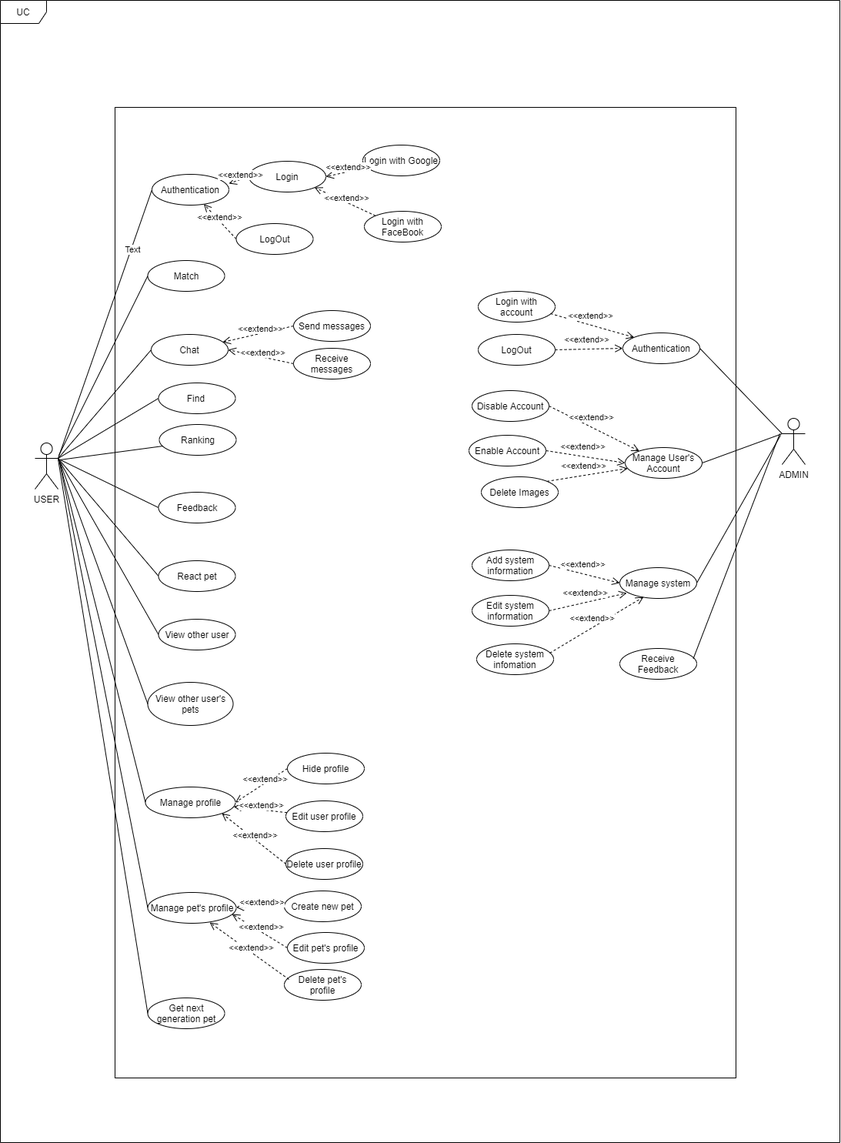
Before: Document/Diagrams/Untitled Diagram-Use case.png, a diagram exported from draw.io (fevirtus/KLTN). Source tidied: cells renumbered, new cells last; positions are measured from the earlier drawing's top-left corner, leaving out a move shared by most shapes.
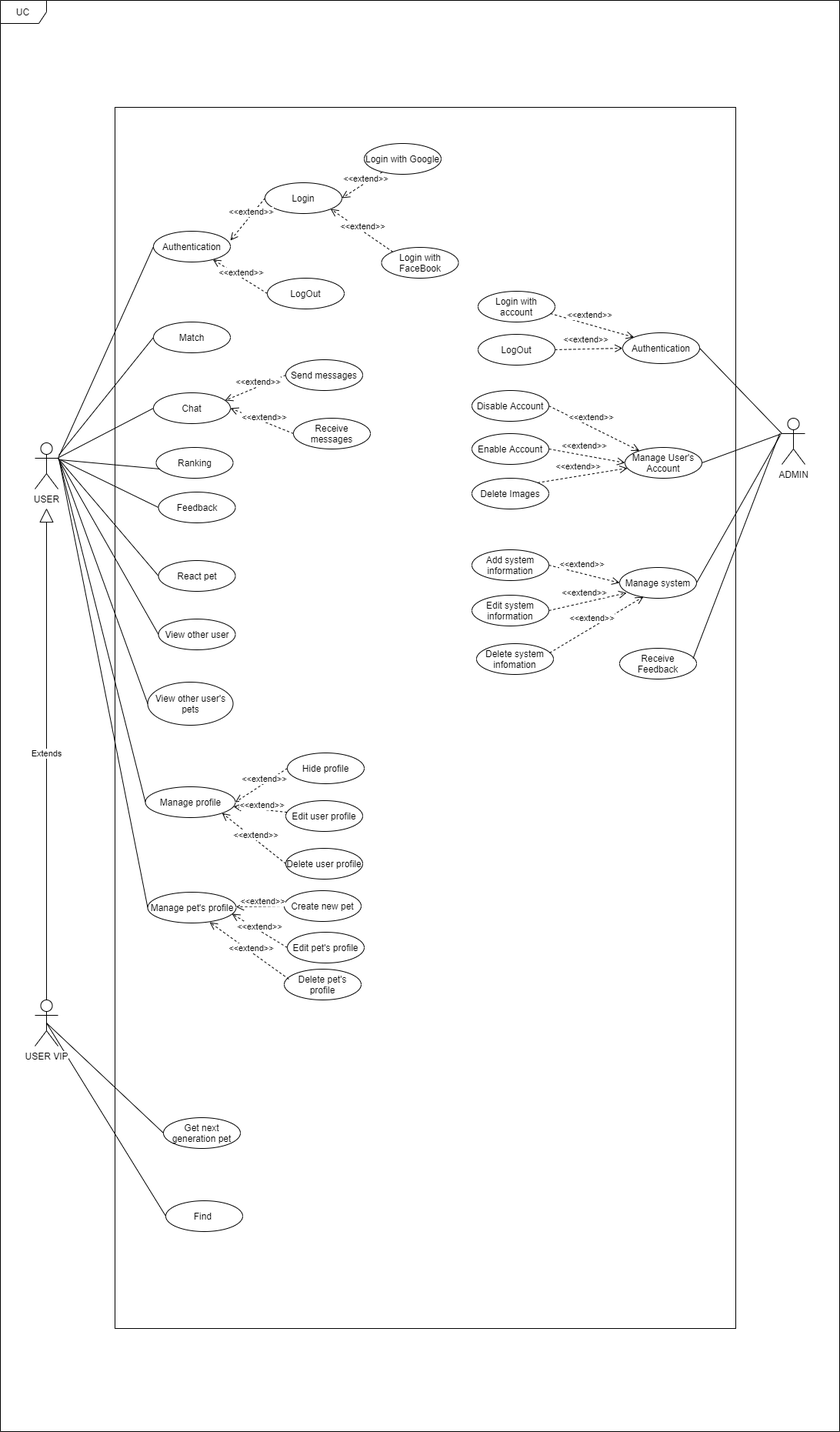
The same diagram one commit later.

Diff of the diagram source:
```diff
@@ -3,10 +3,10 @@
     <mxCell id="0" />
     <mxCell id="1" parent="0" />
     <mxCell id="2" value="UC" style="shape=umlFrame;whiteSpace=wrap;html=1;" parent="1" vertex="1">
-      <mxGeometry width="1091" height="1484" as="geometry" />
+      <mxGeometry width="1091" height="1860" as="geometry" />
     </mxCell>
     <mxCell id="3" style="rounded=0;whiteSpace=wrap;html=1;" parent="1" vertex="1">
-      <mxGeometry x="149" y="139" width="807" height="1261" as="geometry" />
+      <mxGeometry x="149" y="139" width="807" height="1587" as="geometry" />
     </mxCell>
     <mxCell id="4" value="USER" style="shape=umlActor;verticalLabelPosition=bottom;labelBackgroundColor=#ffffff;verticalAlign=top;html=1;outlineConnect=0;" parent="1" vertex="1">
       <mxGeometry x="45" y="575" width="30" height="60" as="geometry" />
@@ -15,16 +15,16 @@
       <mxGeometry x="1016" y="543" width="30" height="60" as="geometry" />
     </mxCell>
     <mxCell id="6" value="Authentication" style="ellipse;whiteSpace=wrap;html=1;align=center;" parent="1" vertex="1">
-      <mxGeometry x="197" y="226" width="100" height="40" as="geometry" />
+      <mxGeometry x="199" y="300" width="100" height="40" as="geometry" />
     </mxCell>
     <mxCell id="7" value="Match" style="ellipse;whiteSpace=wrap;html=1;align=center;" parent="1" vertex="1">
-      <mxGeometry x="191.5" y="338" width="100" height="40" as="geometry" />
+      <mxGeometry x="199" y="418" width="100" height="40" as="geometry" />
     </mxCell>
     <mxCell id="8" value="Chat" style="ellipse;whiteSpace=wrap;html=1;align=center;" parent="1" vertex="1">
-      <mxGeometry x="196" y="434" width="100" height="40" as="geometry" />
+      <mxGeometry x="199" y="510" width="100" height="40" as="geometry" />
     </mxCell>
     <mxCell id="9" value="Find&amp;nbsp;" style="ellipse;whiteSpace=wrap;html=1;align=center;" parent="1" vertex="1">
-      <mxGeometry x="205.5" y="497" width="100" height="40" as="geometry" />
+      <mxGeometry x="215" y="1560" width="100" height="40" as="geometry" />
     </mxCell>
     <mxCell id="10" value="React pet" style="ellipse;whiteSpace=wrap;html=1;align=center;" parent="1" vertex="1">
       <mxGeometry x="205.5" y="728" width="100" height="40" as="geometry" />
@@ -42,7 +42,7 @@
       <mxGeometry x="191.5" y="1159" width="115" height="40" as="geometry" />
     </mxCell>
     <mxCell id="15" value="Get next generation pet" style="ellipse;whiteSpace=wrap;html=1;align=center;" parent="1" vertex="1">
-      <mxGeometry x="191.5" y="1296" width="100" height="40" as="geometry" />
+      <mxGeometry x="212" y="1452" width="100" height="40" as="geometry" />
     </mxCell>
     <mxCell id="16" value="Delete user profile" style="ellipse;whiteSpace=wrap;html=1;align=center;" parent="1" vertex="1">
       <mxGeometry x="371" y="1102" width="100" height="40" as="geometry" />
@@ -57,16 +57,16 @@
       <mxGeometry x="373" y="1211" width="100" height="40" as="geometry" />
     </mxCell>
     <mxCell id="20" value="Login&lt;span style=&quot;color: rgba(0 , 0 , 0 , 0) ; font-family: monospace ; font-size: 0px&quot;&gt;%3CmxGraphModel%3E%3Croot%3E%3CmxCell%20id%3D%220%22%2F%3E%3CmxCell%20id%3D%221%22%20parent%3D%220%22%2F%3E%3CmxCell%20id%3D%222%22%20value%3D%22%22%20style%3D%22ellipse%3BwhiteSpace%3Dwrap%3Bhtml%3D1%3Balign%3Dcenter%3B%22%20vertex%3D%221%22%20parent%3D%221%22%3E%3CmxGeometry%20x%3D%22454%22%20y%3D%22922%22%20width%3D%22100%22%20height%3D%2240%22%20as%3D%22geometry%22%2F%3E%3C%2FmxCell%3E%3C%2Froot%3E%3C%2FmxGraphModel%3E&lt;/span&gt;" style="ellipse;whiteSpace=wrap;html=1;align=center;" parent="1" vertex="1">
-      <mxGeometry x="323" y="209" width="100" height="40" as="geometry" />
+      <mxGeometry x="344" y="237" width="100" height="40" as="geometry" />
     </mxCell>
     <mxCell id="21" value="LogOut&lt;span style=&quot;color: rgba(0 , 0 , 0 , 0) ; font-family: monospace ; font-size: 0px&quot;&gt;%3CmxGraphModel%3E%3Croot%3E%3CmxCell%20id%3D%220%22%2F%3E%3CmxCell%20id%3D%221%22%20parent%3D%220%22%2F%3E%3CmxCell%20id%3D%222%22%20value%3D%22%22%20style%3D%22ellipse%3BwhiteSpace%3Dwrap%3Bhtml%3D1%3Balign%3Dcenter%3B%22%20vertex%3D%221%22%20parent%3D%221%22%3E%3CmxGeometry%20x%3D%22454%22%20y%3D%22922%22%20width%3D%22100%22%20height%3D%2240%22%20as%3D%22geometry%22%2F%3E%3C%2FmxCell%3E%3C%2Froot%3E%3C%2FmxGraphModel%3E&lt;/span&gt;" style="ellipse;whiteSpace=wrap;html=1;align=center;" parent="1" vertex="1">
-      <mxGeometry x="306.5" y="290" width="100" height="40" as="geometry" />
+      <mxGeometry x="347" y="361" width="100" height="40" as="geometry" />
     </mxCell>
     <mxCell id="22" value="Login with Google&lt;span style=&quot;color: rgba(0 , 0 , 0 , 0) ; font-family: monospace ; font-size: 0px&quot;&gt;%3CmxGraphModel%3E%3Croot%3E%3CmxCell%20id%3D%220%22%2F%3E%3CmxCell%20id%3D%221%22%20parent%3D%220%22%2F%3E%3CmxCell%20id%3D%222%22%20value%3D%22%22%20style%3D%22ellipse%3BwhiteSpace%3Dwrap%3Bhtml%3D1%3Balign%3Dcenter%3B%22%20vertex%3D%221%22%20parent%3D%221%22%3E%3CmxGeometry%20x%3D%22454%22%20y%3D%22922%22%20width%3D%22100%22%20height%3D%2240%22%20as%3D%22geometry%22%2F%3E%3C%2FmxCell%3E%3C%2Froot%3E%3C%2FmxGraphModel%3E&lt;/span&gt;" style="ellipse;whiteSpace=wrap;html=1;align=center;" parent="1" vertex="1">
-      <mxGeometry x="471" y="188" width="100" height="40" as="geometry" />
+      <mxGeometry x="473" y="186" width="100" height="40" as="geometry" />
     </mxCell>
     <mxCell id="23" value="Login with FaceBook&lt;span style=&quot;color: rgba(0 , 0 , 0 , 0) ; font-family: monospace ; font-size: 0px&quot;&gt;%3CmxGraphModel%3E%3Croot%3E%3CmxCell%20id%3D%220%22%2F%3E%3CmxCell%20id%3D%221%22%20parent%3D%220%22%2F%3E%3CmxCell%20id%3D%222%22%20value%3D%22%22%20style%3D%22ellipse%3BwhiteSpace%3Dwrap%3Bhtml%3D1%3Balign%3Dcenter%3B%22%20vertex%3D%221%22%20parent%3D%221%22%3E%3CmxGeometry%20x%3D%22454%22%20y%3D%22922%22%20width%3D%22100%22%20height%3D%2240%22%20as%3D%22geometry%22%2F%3E%3C%2FmxCell%3E%3C%2Froot%3E%3C%2FmxGraphModel%3E&lt;/span&gt;" style="ellipse;whiteSpace=wrap;html=1;align=center;" parent="1" vertex="1">
-      <mxGeometry x="473" y="274" width="100" height="40" as="geometry" />
+      <mxGeometry x="495.5" y="321" width="100" height="40" as="geometry" />
     </mxCell>
     <mxCell id="24" value="&amp;lt;&amp;lt;extend&amp;gt;&amp;gt;" style="html=1;verticalAlign=bottom;endArrow=open;dashed=1;endSize=8;entryX=1;entryY=0.3;entryDx=0;entryDy=0;entryPerimeter=0;exitX=0;exitY=0.5;exitDx=0;exitDy=0;" parent="1" edge="1" source="20" target="6">
       <mxGeometry x="-0.07" y="3" relative="1" as="geometry" />
@@ -81,10 +81,10 @@
       <mxGeometry x="-0.07" y="3" relative="1" as="geometry" />
     </mxCell>
     <mxCell id="28" value="Send messages" style="ellipse;whiteSpace=wrap;html=1;align=center;" parent="1" vertex="1">
-      <mxGeometry x="381" y="403" width="100" height="40" as="geometry" />
+      <mxGeometry x="371" y="467" width="100" height="40" as="geometry" />
     </mxCell>
     <mxCell id="29" value="Receive messages" style="ellipse;whiteSpace=wrap;html=1;align=center;" parent="1" vertex="1">
-      <mxGeometry x="381" y="452" width="100" height="40" as="geometry" />
+      <mxGeometry x="381" y="543" width="100" height="40" as="geometry" />
     </mxCell>
     <mxCell id="30" value="&amp;lt;&amp;lt;extend&amp;gt;&amp;gt;" style="html=1;verticalAlign=bottom;endArrow=open;dashed=1;endSize=8;exitX=0;exitY=0.5;exitDx=0;exitDy=0;entryX=1;entryY=0.5;entryDx=0;entryDy=0;" parent="1" edge="1" source="29" target="8">
       <mxGeometry x="-0.07" y="3" relative="1" as="geometry" />
@@ -119,9 +119,6 @@
     <mxCell id="40" style="endArrow=none;html=1;entryX=0;entryY=0.5;entryDx=0;entryDy=0;exitX=1;exitY=0.3333333333333333;exitDx=0;exitDy=0;exitPerimeter=0;" parent="1" edge="1" source="4" target="6">
       <mxGeometry relative="1" as="geometry" />
     </mxCell>
-    <mxCell id="41" value="Text" style="edgeLabel;html=1;align=center;verticalAlign=middle;" parent="40" vertex="1">
-      <mxGeometry x="0.56" y="-1" relative="1" as="geometry" />
-    </mxCell>
     <mxCell id="42" style="endArrow=none;html=1;entryX=0;entryY=0.5;entryDx=0;entryDy=0;" parent="1" edge="1" target="7">
       <mxGeometry relative="1" as="geometry">
         <mxPoint x="76" y="591" as="sourcePoint" />
@@ -132,10 +129,8 @@
         <mxPoint x="76" y="594" as="sourcePoint" />
       </mxGeometry>
     </mxCell>
-    <mxCell id="44" style="endArrow=none;html=1;entryX=0;entryY=0.5;entryDx=0;entryDy=0;" parent="1" edge="1" target="9">
-      <mxGeometry relative="1" as="geometry">
-        <mxPoint x="75" y="595" as="sourcePoint" />
-      </mxGeometry>
+    <mxCell id="44" style="endArrow=none;html=1;entryX=0;entryY=0.5;entryDx=0;entryDy=0;exitX=0.5;exitY=0.5;exitDx=0;exitDy=0;exitPerimeter=0;" parent="1" edge="1" source="79" target="9">
+      <mxGeometry relative="1" as="geometry" />
     </mxCell>
     <mxCell id="45" style="endArrow=none;html=1;entryX=0;entryY=0.5;entryDx=0;entryDy=0;exitX=1;exitY=0.3333333333333333;exitDx=0;exitDy=0;exitPerimeter=0;" parent="1" edge="1" source="4" target="10">
       <mxGeometry relative="1" as="geometry" />
@@ -158,10 +153,8 @@
         <mxPoint x="76" y="595" as="sourcePoint" />
       </mxGeometry>
     </mxCell>
-    <mxCell id="50" style="endArrow=none;html=1;entryX=0;entryY=0.5;entryDx=0;entryDy=0;" parent="1" edge="1" target="15">
-      <mxGeometry relative="1" as="geometry">
-        <mxPoint x="75" y="596" as="sourcePoint" />
-      </mxGeometry>
+    <mxCell id="50" style="endArrow=none;html=1;entryX=0;entryY=0.5;entryDx=0;entryDy=0;exitX=0.5;exitY=0.5;exitDx=0;exitDy=0;exitPerimeter=0;" parent="1" edge="1" source="79" target="15">
+      <mxGeometry relative="1" as="geometry" />
     </mxCell>
     <mxCell id="51" value="Login with account" style="ellipse;whiteSpace=wrap;html=1;align=center;" parent="1" vertex="1">
       <mxGeometry x="621" y="378" width="100" height="40" as="geometry" />
@@ -191,10 +184,10 @@
       <mxGeometry x="613" y="507" width="100" height="40" as="geometry" />
     </mxCell>
     <mxCell id="60" value="Delete Images" style="ellipse;whiteSpace=wrap;html=1;align=center;" parent="1" vertex="1">
-      <mxGeometry x="625" y="619" width="100" height="40" as="geometry" />
+      <mxGeometry x="613" y="621" width="100" height="40" as="geometry" />
     </mxCell>
     <mxCell id="61" value="Enable Account" style="ellipse;whiteSpace=wrap;html=1;align=center;" parent="1" vertex="1">
-      <mxGeometry x="609" y="565" width="100" height="40" as="geometry" />
+      <mxGeometry x="613" y="563" width="100" height="40" as="geometry" />
     </mxCell>
     <mxCell id="62" value="&amp;lt;&amp;lt;extend&amp;gt;&amp;gt;" style="html=1;verticalAlign=bottom;endArrow=open;dashed=1;endSize=8;entryX=0;entryY=0;entryDx=0;entryDy=0;exitX=0.94;exitY=0.725;exitDx=0;exitDy=0;exitPerimeter=0;" parent="1" edge="1" source="51" target="52">
       <mxGeometry x="-0.07" y="3" relative="1" as="geometry" />
@@ -232,7 +225,7 @@
       <mxGeometry relative="1" as="geometry" />
     </mxCell>
     <mxCell id="73" value="Ranking" style="ellipse;whiteSpace=wrap;html=1;align=center;" parent="1" vertex="1">
-      <mxGeometry x="206.5" y="551" width="100" height="40" as="geometry" />
+      <mxGeometry x="202.5" y="581" width="100" height="40" as="geometry" />
     </mxCell>
     <mxCell id="74" style="endArrow=none;html=1;entryX=0.05;entryY=0.7;entryDx=0;entryDy=0;entryPerimeter=0;" parent="1" edge="1" target="73">
       <mxGeometry relative="1" as="geometry">
@@ -255,5 +248,13 @@
         <mxPoint x="1013" y="563" as="targetPoint" />
       </mxGeometry>
     </mxCell>
+    <mxCell id="79" value="USER VIP" style="shape=umlActor;verticalLabelPosition=bottom;labelBackgroundColor=#ffffff;verticalAlign=top;html=1;outlineConnect=0;" parent="1" vertex="1">
+      <mxGeometry x="45" y="1299" width="30" height="60" as="geometry" />
+    </mxCell>
+    <mxCell id="80" value="Extends" style="endArrow=block;endSize=16;endFill=0;html=1;" parent="1" edge="1" source="79">
+      <mxGeometry relative="1" as="geometry">
+        <mxPoint x="60" y="660" as="targetPoint" />
+      </mxGeometry>
+    </mxCell>
   </root>
 </mxGraphModel>
```
